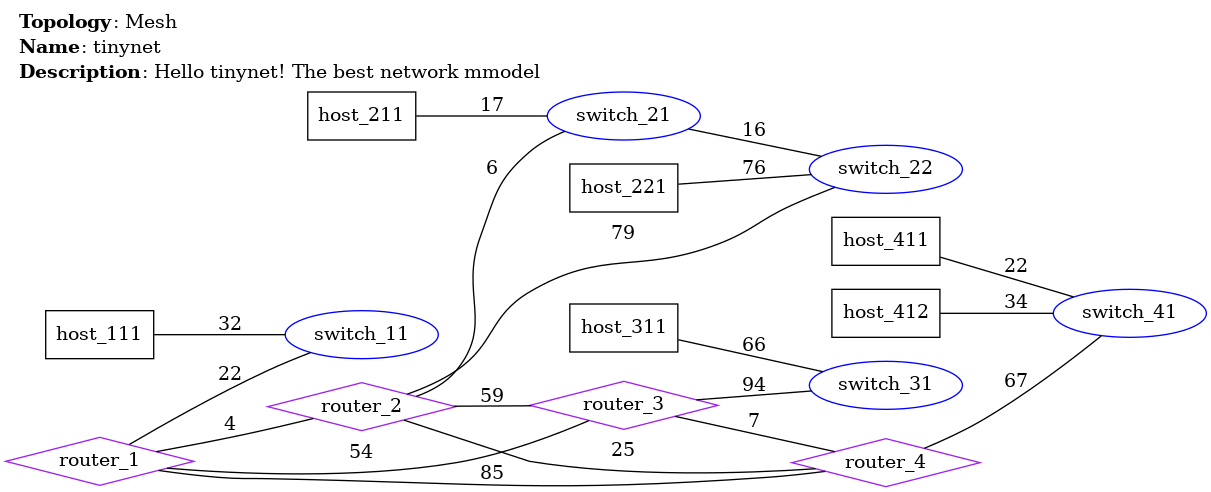
The Graphviz diagram conf/image/net.png in zpnst/tinynet, before a commit. Its source is kept beside it as conf/data/net.dot.
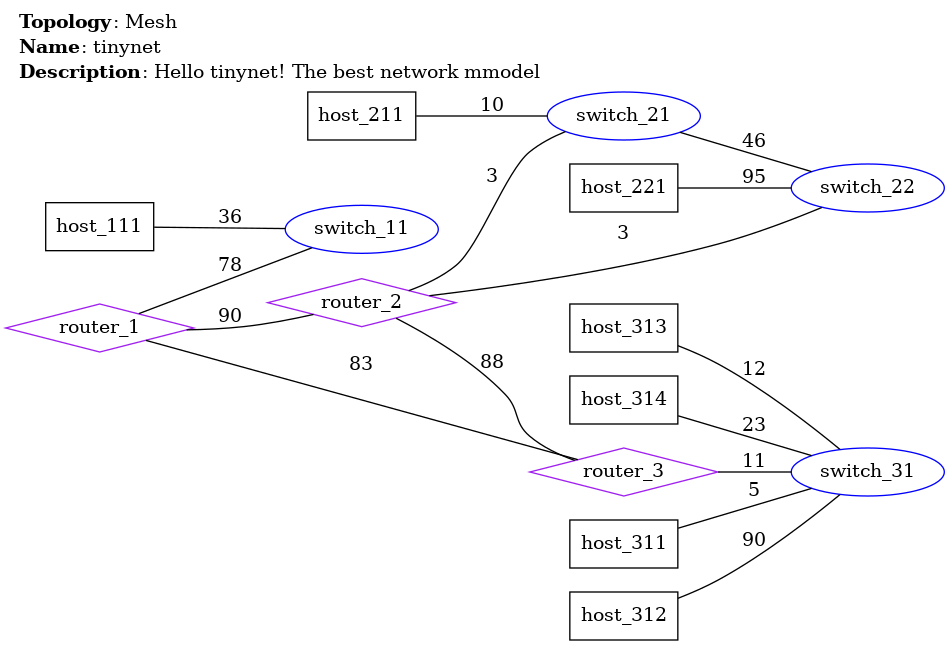
The same file after the commit.

Diff of the diagram source:
```diff
@@ -12,34 +12,30 @@
     "router_1" [shape=diamond, color=purple, label="router_1"];
     "router_2" [shape=diamond, color=purple, label="router_2"];
     "router_3" [shape=diamond, color=purple, label="router_3"];
-    "router_4" [shape=diamond, color=purple, label="router_4"];
     "switch_11" [shape=ellipse, color=blue, label="switch_11"];
     "switch_21" [shape=ellipse, color=blue, label="switch_21"];
     "switch_22" [shape=ellipse, color=blue, label="switch_22"];
     "switch_31" [shape=ellipse, color=blue, label="switch_31"];
-    "switch_41" [shape=ellipse, color=blue, label="switch_41"];
     "host_111" [shape=box, color=black, label="host_111"];
     "host_211" [shape=box, color=black, label="host_211"];
     "host_221" [shape=box, color=black, label="host_221"];
     "host_311" [shape=box, color=black, label="host_311"];
-    "host_411" [shape=box, color=black, label="host_411"];
-    "host_412" [shape=box, color=black, label="host_412"];
-    "router_1" -- "router_2" [label="86"];
-    "router_1" -- "router_3" [label="8"];
-    "router_1" -- "router_4" [label="66"];
-    "router_1" -- "switch_11" [label="9"];
-    "router_2" -- "router_3" [label="95"];
-    "router_2" -- "router_4" [label="89"];
-    "router_2" -- "switch_21" [label="69"];
-    "router_2" -- "switch_22" [label="72"];
-    "router_3" -- "router_4" [label="74"];
-    "router_3" -- "switch_31" [label="91"];
-    "router_4" -- "switch_41" [label="19"];
-    "switch_21" -- "switch_22" [label="10"];
-    "host_111" -- "switch_11" [label="66"];
-    "host_211" -- "switch_21" [label="46"];
-    "host_221" -- "switch_22" [label="50"];
-    "host_311" -- "switch_31" [label="92"];
-    "host_411" -- "switch_41" [label="26"];
-    "host_412" -- "switch_41" [label="5"];
+    "host_312" [shape=box, color=black, label="host_312"];
+    "host_313" [shape=box, color=black, label="host_313"];
+    "host_314" [shape=box, color=black, label="host_314"];
+    "router_1" -- "router_2" [label="13"];
+    "router_1" -- "router_3" [label="44"];
+    "router_1" -- "switch_11" [label="67"];
+    "router_2" -- "router_3" [label="82"];
+    "router_2" -- "switch_21" [label="29"];
+    "router_2" -- "switch_22" [label="54"];
+    "router_3" -- "switch_31" [label="59"];
+    "switch_21" -- "switch_22" [label="6"];
+    "host_111" -- "switch_11" [label="90"];
+    "host_211" -- "switch_21" [label="99"];
+    "host_221" -- "switch_22" [label="38"];
+    "host_311" -- "switch_31" [label="38"];
+    "host_312" -- "switch_31" [label="57"];
+    "host_313" -- "switch_31" [label="30"];
+    "host_314" -- "switch_31" [label="85"];
 }
```
